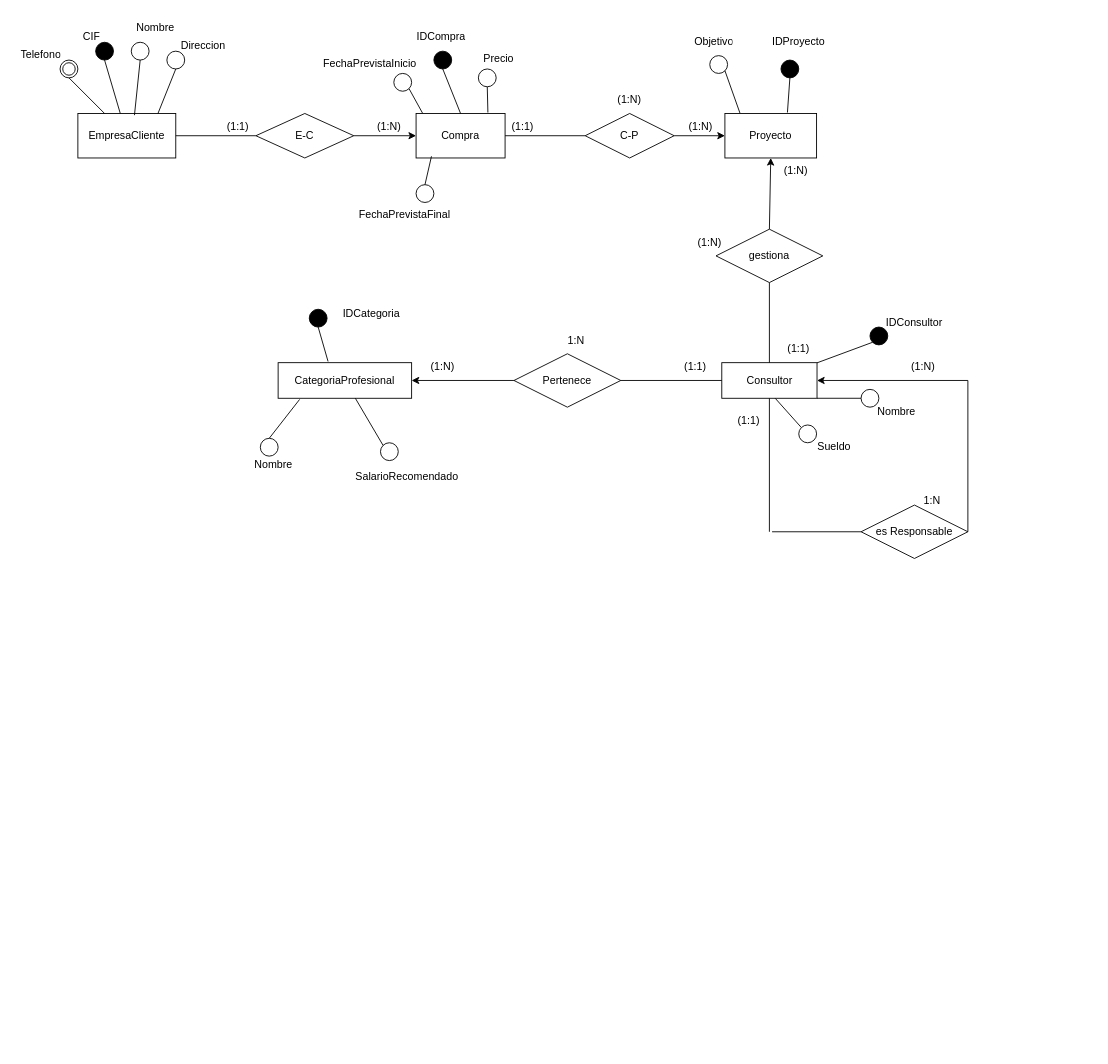
Above: EJERCICIO2.drawio in Jose-An608/BASE_DATOS_1 (draw.io), before the change. Source tidied: cells renumbered, new cells numbered last; positions are measured from the earlier drawing's top-left corner, leaving out a move shared by most shapes. Both pictures are drawn from the tidied source at 89%, with x=0, y=0 at pixel (15, 15).
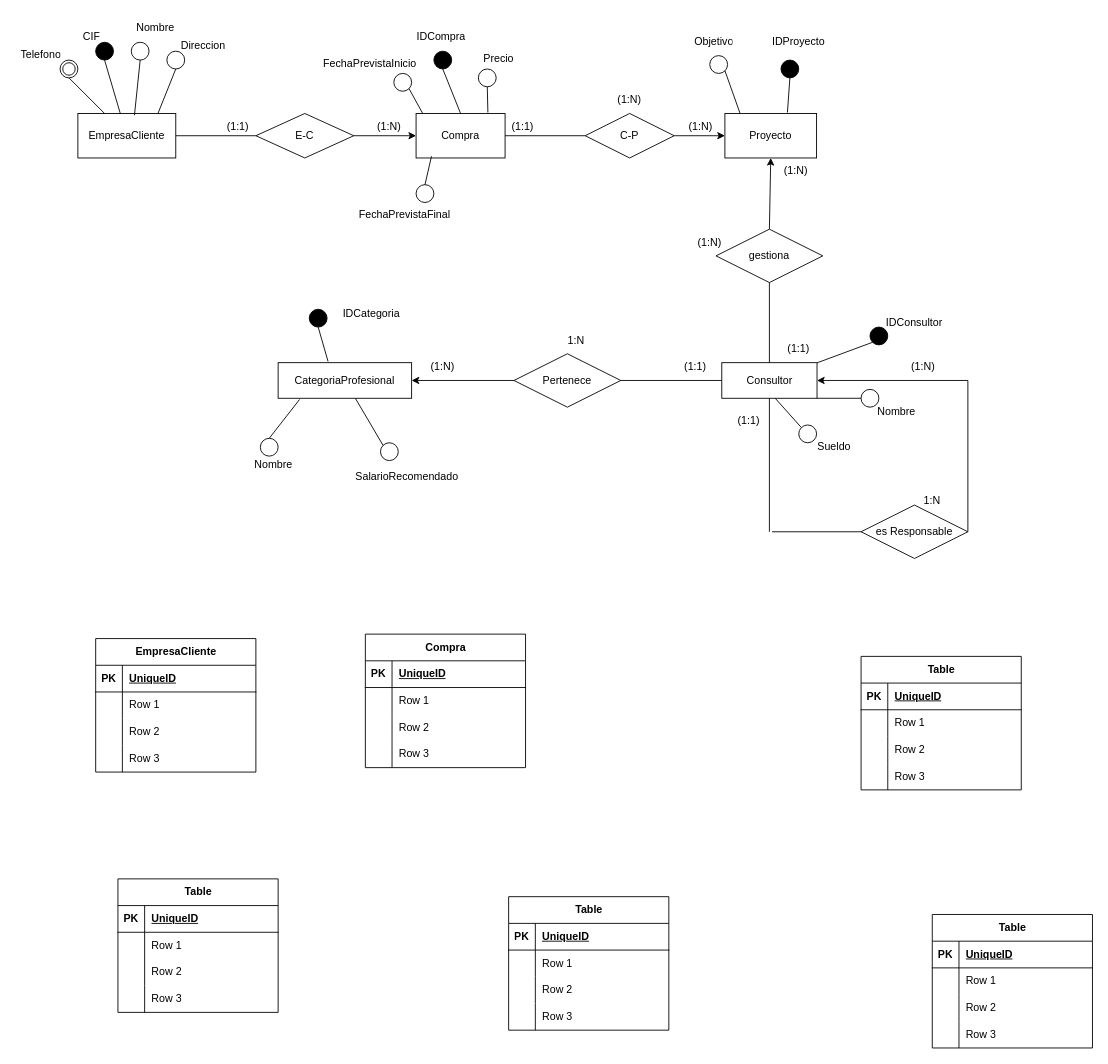
Above is the later version.

Diff of the diagram source:
```diff
@@
+    <mxCell id="86" value="EmpresaCliente" style="shape=table;startSize=30;childLayout=tableLayout;rowLines=0;fontStyle=1;align=center;html=1;" parent="1" vertex="1">
+      <mxGeometry x="90" y="700" width="180" height="150" as="geometry" />
+    </mxCell>
+    <mxCell id="87" style="shape=tableRow;horizontal=0;startSize=0;swimlaneHead=0;swimlaneBody=0;fillColor=none;top=0;left=0;right=0;bottom=1;" parent="86" vertex="1">
+      <mxGeometry y="30" width="180" height="30" as="geometry" />
+    </mxCell>
+    <mxCell id="88" value="PK" style="shape=partialRectangle;fillColor=none;top=0;left=0;bottom=0;right=0;fontStyle=1;overflow=hidden;whiteSpace=wrap;html=1;" parent="87" vertex="1">
+      <mxGeometry width="30" height="30" as="geometry" />
+    </mxCell>
+    <mxCell id="89" value="UniqueID" style="shape=partialRectangle;fillColor=none;top=0;left=0;bottom=0;right=0;align=left;spacingLeft=6;fontStyle=5;overflow=hidden;whiteSpace=wrap;html=1;" parent="87" vertex="1">
+      <mxGeometry x="30" width="150" height="30" as="geometry" />
+    </mxCell>
+    <mxCell id="90" style="shape=tableRow;horizontal=0;startSize=0;swimlaneHead=0;swimlaneBody=0;fillColor=none;top=0;left=0;right=0;bottom=0;" parent="86" vertex="1">
+      <mxGeometry y="60" width="180" height="30" as="geometry" />
+    </mxCell>
+    <mxCell id="91" style="shape=partialRectangle;fillColor=none;top=0;left=0;bottom=0;right=0;overflow=hidden;whiteSpace=wrap;html=1;" parent="90" vertex="1">
+      <mxGeometry width="30" height="30" as="geometry" />
+    </mxCell>
+    <mxCell id="92" value="Row 1" style="shape=partialRectangle;fillColor=none;top=0;left=0;bottom=0;right=0;align=left;spacingLeft=6;overflow=hidden;whiteSpace=wrap;html=1;" parent="90" vertex="1">
+      <mxGeometry x="30" width="150" height="30" as="geometry" />
+    </mxCell>
+    <mxCell id="93" style="shape=tableRow;horizontal=0;startSize=0;swimlaneHead=0;swimlaneBody=0;fillColor=none;top=0;left=0;right=0;bottom=0;" parent="86" vertex="1">
+      <mxGeometry y="90" width="180" height="30" as="geometry" />
+    </mxCell>
+    <mxCell id="94" style="shape=partialRectangle;fillColor=none;top=0;left=0;bottom=0;right=0;overflow=hidden;whiteSpace=wrap;html=1;" parent="93" vertex="1">
+      <mxGeometry width="30" height="30" as="geometry" />
+    </mxCell>
+    <mxCell id="95" value="Row 2" style="shape=partialRectangle;fillColor=none;top=0;left=0;bottom=0;right=0;align=left;spacingLeft=6;overflow=hidden;whiteSpace=wrap;html=1;" parent="93" vertex="1">
+      <mxGeometry x="30" width="150" height="30" as="geometry" />
+    </mxCell>
+    <mxCell id="96" style="shape=tableRow;horizontal=0;startSize=0;swimlaneHead=0;swimlaneBody=0;fillColor=none;top=0;left=0;right=0;bottom=0;" parent="86" vertex="1">
+      <mxGeometry y="120" width="180" height="30" as="geometry" />
+    </mxCell>
+    <mxCell id="97" style="shape=partialRectangle;fillColor=none;top=0;left=0;bottom=0;right=0;overflow=hidden;whiteSpace=wrap;html=1;" parent="96" vertex="1">
+      <mxGeometry width="30" height="30" as="geometry" />
+    </mxCell>
+    <mxCell id="98" value="Row 3" style="shape=partialRectangle;fillColor=none;top=0;left=0;bottom=0;right=0;align=left;spacingLeft=6;overflow=hidden;whiteSpace=wrap;html=1;" parent="96" vertex="1">
+      <mxGeometry x="30" width="150" height="30" as="geometry" />
+    </mxCell>
+    <mxCell id="99" value="Compra" style="shape=table;startSize=30;childLayout=tableLayout;rowLines=0;fontStyle=1;align=center;html=1;" parent="1" vertex="1">
+      <mxGeometry x="393" y="695" width="180" height="150" as="geometry" />
+    </mxCell>
+    <mxCell id="100" style="shape=tableRow;horizontal=0;startSize=0;swimlaneHead=0;swimlaneBody=0;fillColor=none;top=0;left=0;right=0;bottom=1;" parent="99" vertex="1">
+      <mxGeometry y="30" width="180" height="30" as="geometry" />
+    </mxCell>
+    <mxCell id="101" value="PK" style="shape=partialRectangle;fillColor=none;top=0;left=0;bottom=0;right=0;fontStyle=1;overflow=hidden;whiteSpace=wrap;html=1;" parent="100" vertex="1">
+      <mxGeometry width="30" height="30" as="geometry" />
+    </mxCell>
+    <mxCell id="102" value="UniqueID" style="shape=partialRectangle;fillColor=none;top=0;left=0;bottom=0;right=0;align=left;spacingLeft=6;fontStyle=5;overflow=hidden;whiteSpace=wrap;html=1;" parent="100" vertex="1">
+      <mxGeometry x="30" width="150" height="30" as="geometry" />
+    </mxCell>
+    <mxCell id="103" style="shape=tableRow;horizontal=0;startSize=0;swimlaneHead=0;swimlaneBody=0;fillColor=none;top=0;left=0;right=0;bottom=0;" parent="99" vertex="1">
+      <mxGeometry y="60" width="180" height="30" as="geometry" />
+    </mxCell>
+    <mxCell id="104" style="shape=partialRectangle;fillColor=none;top=0;left=0;bottom=0;right=0;overflow=hidden;whiteSpace=wrap;html=1;" parent="103" vertex="1">
+      <mxGeometry width="30" height="30" as="geometry" />
+    </mxCell>
+    <mxCell id="105" value="Row 1" style="shape=partialRectangle;fillColor=none;top=0;left=0;bottom=0;right=0;align=left;spacingLeft=6;overflow=hidden;whiteSpace=wrap;html=1;" parent="103" vertex="1">
+      <mxGeometry x="30" width="150" height="30" as="geometry" />
+    </mxCell>
+    <mxCell id="106" style="shape=tableRow;horizontal=0;startSize=0;swimlaneHead=0;swimlaneBody=0;fillColor=none;top=0;left=0;right=0;bottom=0;" parent="99" vertex="1">
+      <mxGeometry y="90" width="180" height="30" as="geometry" />
+    </mxCell>
+    <mxCell id="107" style="shape=partialRectangle;fillColor=none;top=0;left=0;bottom=0;right=0;overflow=hidden;whiteSpace=wrap;html=1;" parent="106" vertex="1">
+      <mxGeometry width="30" height="30" as="geometry" />
+    </mxCell>
+    <mxCell id="108" value="Row 2" style="shape=partialRectangle;fillColor=none;top=0;left=0;bottom=0;right=0;align=left;spacingLeft=6;overflow=hidden;whiteSpace=wrap;html=1;" parent="106" vertex="1">
+      <mxGeometry x="30" width="150" height="30" as="geometry" />
+    </mxCell>
+    <mxCell id="109" style="shape=tableRow;horizontal=0;startSize=0;swimlaneHead=0;swimlaneBody=0;fillColor=none;top=0;left=0;right=0;bottom=0;" parent="99" vertex="1">
+      <mxGeometry y="120" width="180" height="30" as="geometry" />
+    </mxCell>
+    <mxCell id="110" style="shape=partialRectangle;fillColor=none;top=0;left=0;bottom=0;right=0;overflow=hidden;whiteSpace=wrap;html=1;" parent="109" vertex="1">
+      <mxGeometry width="30" height="30" as="geometry" />
+    </mxCell>
+    <mxCell id="111" value="Row 3" style="shape=partialRectangle;fillColor=none;top=0;left=0;bottom=0;right=0;align=left;spacingLeft=6;overflow=hidden;whiteSpace=wrap;html=1;" parent="109" vertex="1">
+      <mxGeometry x="30" width="150" height="30" as="geometry" />
+    </mxCell>
+    <mxCell id="112" value="Table" style="shape=table;startSize=30;childLayout=tableLayout;rowLines=0;fontStyle=1;align=center;html=1;" parent="1" vertex="1">
+      <mxGeometry x="950" y="720" width="180" height="150" as="geometry" />
+    </mxCell>
+    <mxCell id="113" style="shape=tableRow;horizontal=0;startSize=0;swimlaneHead=0;swimlaneBody=0;fillColor=none;top=0;left=0;right=0;bottom=1;" parent="112" vertex="1">
+      <mxGeometry y="30" width="180" height="30" as="geometry" />
+    </mxCell>
+    <mxCell id="114" value="PK" style="shape=partialRectangle;fillColor=none;top=0;left=0;bottom=0;right=0;fontStyle=1;overflow=hidden;whiteSpace=wrap;html=1;" parent="113" vertex="1">
+      <mxGeometry width="30" height="30" as="geometry" />
+    </mxCell>
+    <mxCell id="115" value="UniqueID" style="shape=partialRectangle;fillColor=none;top=0;left=0;bottom=0;right=0;align=left;spacingLeft=6;fontStyle=5;overflow=hidden;whiteSpace=wrap;html=1;" parent="113" vertex="1">
+      <mxGeometry x="30" width="150" height="30" as="geometry" />
+    </mxCell>
+    <mxCell id="116" style="shape=tableRow;horizontal=0;startSize=0;swimlaneHead=0;swimlaneBody=0;fillColor=none;top=0;left=0;right=0;bottom=0;" parent="112" vertex="1">
+      <mxGeometry y="60" width="180" height="30" as="geometry" />
+    </mxCell>
+    <mxCell id="117" style="shape=partialRectangle;fillColor=none;top=0;left=0;bottom=0;right=0;overflow=hidden;whiteSpace=wrap;html=1;" parent="116" vertex="1">
+      <mxGeometry width="30" height="30" as="geometry" />
+    </mxCell>
+    <mxCell id="118" value="Row 1" style="shape=partialRectangle;fillColor=none;top=0;left=0;bottom=0;right=0;align=left;spacingLeft=6;overflow=hidden;whiteSpace=wrap;html=1;" parent="116" vertex="1">
+      <mxGeometry x="30" width="150" height="30" as="geometry" />
+    </mxCell>
+    <mxCell id="119" style="shape=tableRow;horizontal=0;startSize=0;swimlaneHead=0;swimlaneBody=0;fillColor=none;top=0;left=0;right=0;bottom=0;" parent="112" vertex="1">
+      <mxGeometry y="90" width="180" height="30" as="geometry" />
+    </mxCell>
+    <mxCell id="120" style="shape=partialRectangle;fillColor=none;top=0;left=0;bottom=0;right=0;overflow=hidden;whiteSpace=wrap;html=1;" parent="119" vertex="1">
+      <mxGeometry width="30" height="30" as="geometry" />
+    </mxCell>
+    <mxCell id="121" value="Row 2" style="shape=partialRectangle;fillColor=none;top=0;left=0;bottom=0;right=0;align=left;spacingLeft=6;overflow=hidden;whiteSpace=wrap;html=1;" parent="119" vertex="1">
+      <mxGeometry x="30" width="150" height="30" as="geometry" />
+    </mxCell>
+    <mxCell id="122" style="shape=tableRow;horizontal=0;startSize=0;swimlaneHead=0;swimlaneBody=0;fillColor=none;top=0;left=0;right=0;bottom=0;" parent="112" vertex="1">
+      <mxGeometry y="120" width="180" height="30" as="geometry" />
+    </mxCell>
+    <mxCell id="123" style="shape=partialRectangle;fillColor=none;top=0;left=0;bottom=0;right=0;overflow=hidden;whiteSpace=wrap;html=1;" parent="122" vertex="1">
+      <mxGeometry width="30" height="30" as="geometry" />
+    </mxCell>
+    <mxCell id="124" value="Row 3" style="shape=partialRectangle;fillColor=none;top=0;left=0;bottom=0;right=0;align=left;spacingLeft=6;overflow=hidden;whiteSpace=wrap;html=1;" parent="122" vertex="1">
+      <mxGeometry x="30" width="150" height="30" as="geometry" />
+    </mxCell>
+    <mxCell id="125" value="Table" style="shape=table;startSize=30;childLayout=tableLayout;rowLines=0;fontStyle=1;align=center;html=1;" parent="1" vertex="1">
+      <mxGeometry x="115" y="970" width="180" height="150" as="geometry" />
+    </mxCell>
+    <mxCell id="126" style="shape=tableRow;horizontal=0;startSize=0;swimlaneHead=0;swimlaneBody=0;fillColor=none;top=0;left=0;right=0;bottom=1;" parent="125" vertex="1">
+      <mxGeometry y="30" width="180" height="30" as="geometry" />
+    </mxCell>
+    <mxCell id="127" value="PK" style="shape=partialRectangle;fillColor=none;top=0;left=0;bottom=0;right=0;fontStyle=1;overflow=hidden;whiteSpace=wrap;html=1;" parent="126" vertex="1">
+      <mxGeometry width="30" height="30" as="geometry" />
+    </mxCell>
+    <mxCell id="128" value="UniqueID" style="shape=partialRectangle;fillColor=none;top=0;left=0;bottom=0;right=0;align=left;spacingLeft=6;fontStyle=5;overflow=hidden;whiteSpace=wrap;html=1;" parent="126" vertex="1">
+      <mxGeometry x="30" width="150" height="30" as="geometry" />
+    </mxCell>
+    <mxCell id="129" style="shape=tableRow;horizontal=0;startSize=0;swimlaneHead=0;swimlaneBody=0;fillColor=none;top=0;left=0;right=0;bottom=0;" parent="125" vertex="1">
+      <mxGeometry y="60" width="180" height="30" as="geometry" />
+    </mxCell>
+    <mxCell id="130" style="shape=partialRectangle;fillColor=none;top=0;left=0;bottom=0;right=0;overflow=hidden;whiteSpace=wrap;html=1;" parent="129" vertex="1">
+      <mxGeometry width="30" height="30" as="geometry" />
+    </mxCell>
+    <mxCell id="131" value="Row 1" style="shape=partialRectangle;fillColor=none;top=0;left=0;bottom=0;right=0;align=left;spacingLeft=6;overflow=hidden;whiteSpace=wrap;html=1;" parent="129" vertex="1">
+      <mxGeometry x="30" width="150" height="30" as="geometry" />
+    </mxCell>
+    <mxCell id="132" style="shape=tableRow;horizontal=0;startSize=0;swimlaneHead=0;swimlaneBody=0;fillColor=none;top=0;left=0;right=0;bottom=0;" parent="125" vertex="1">
+      <mxGeometry y="90" width="180" height="30" as="geometry" />
+    </mxCell>
+    <mxCell id="133" style="shape=partialRectangle;fillColor=none;top=0;left=0;bottom=0;right=0;overflow=hidden;whiteSpace=wrap;html=1;" parent="132" vertex="1">
+      <mxGeometry width="30" height="30" as="geometry" />
+    </mxCell>
+    <mxCell id="134" value="Row 2" style="shape=partialRectangle;fillColor=none;top=0;left=0;bottom=0;right=0;align=left;spacingLeft=6;overflow=hidden;whiteSpace=wrap;html=1;" parent="132" vertex="1">
+      <mxGeometry x="30" width="150" height="30" as="geometry" />
+    </mxCell>
+    <mxCell id="135" style="shape=tableRow;horizontal=0;startSize=0;swimlaneHead=0;swimlaneBody=0;fillColor=none;top=0;left=0;right=0;bottom=0;" parent="125" vertex="1">
+      <mxGeometry y="120" width="180" height="30" as="geometry" />
+    </mxCell>
+    <mxCell id="136" style="shape=partialRectangle;fillColor=none;top=0;left=0;bottom=0;right=0;overflow=hidden;whiteSpace=wrap;html=1;" parent="135" vertex="1">
+      <mxGeometry width="30" height="30" as="geometry" />
+    </mxCell>
+    <mxCell id="137" value="Row 3" style="shape=partialRectangle;fillColor=none;top=0;left=0;bottom=0;right=0;align=left;spacingLeft=6;overflow=hidden;whiteSpace=wrap;html=1;" parent="135" vertex="1">
+      <mxGeometry x="30" width="150" height="30" as="geometry" />
+    </mxCell>
+    <mxCell id="138" value="Table" style="shape=table;startSize=30;childLayout=tableLayout;rowLines=0;fontStyle=1;align=center;html=1;" parent="1" vertex="1">
+      <mxGeometry x="554" y="990" width="180" height="150" as="geometry" />
+    </mxCell>
+    <mxCell id="139" style="shape=tableRow;horizontal=0;startSize=0;swimlaneHead=0;swimlaneBody=0;fillColor=none;top=0;left=0;right=0;bottom=1;" parent="138" vertex="1">
+      <mxGeometry y="30" width="180" height="30" as="geometry" />
+    </mxCell>
+    <mxCell id="140" value="PK" style="shape=partialRectangle;fillColor=none;top=0;left=0;bottom=0;right=0;fontStyle=1;overflow=hidden;whiteSpace=wrap;html=1;" parent="139" vertex="1">
+      <mxGeometry width="30" height="30" as="geometry" />
+    </mxCell>
+    <mxCell id="141" value="UniqueID" style="shape=partialRectangle;fillColor=none;top=0;left=0;bottom=0;right=0;align=left;spacingLeft=6;fontStyle=5;overflow=hidden;whiteSpace=wrap;html=1;" parent="139" vertex="1">
+      <mxGeometry x="30" width="150" height="30" as="geometry" />
+    </mxCell>
+    <mxCell id="142" style="shape=tableRow;horizontal=0;startSize=0;swimlaneHead=0;swimlaneBody=0;fillColor=none;top=0;left=0;right=0;bottom=0;" parent="138" vertex="1">
+      <mxGeometry y="60" width="180" height="30" as="geometry" />
+    </mxCell>
+    <mxCell id="143" style="shape=partialRectangle;fillColor=none;top=0;left=0;bottom=0;right=0;overflow=hidden;whiteSpace=wrap;html=1;" parent="142" vertex="1">
+      <mxGeometry width="30" height="30" as="geometry" />
+    </mxCell>
+    <mxCell id="144" value="Row 1" style="shape=partialRectangle;fillColor=none;top=0;left=0;bottom=0;right=0;align=left;spacingLeft=6;overflow=hidden;whiteSpace=wrap;html=1;" parent="142" vertex="1">
+      <mxGeometry x="30" width="150" height="30" as="geometry" />
+    </mxCell>
+    <mxCell id="145" style="shape=tableRow;horizontal=0;startSize=0;swimlaneHead=0;swimlaneBody=0;fillColor=none;top=0;left=0;right=0;bottom=0;" parent="138" vertex="1">
+      <mxGeometry y="90" width="180" height="30" as="geometry" />
+    </mxCell>
+    <mxCell id="146" style="shape=partialRectangle;fillColor=none;top=0;left=0;bottom=0;right=0;overflow=hidden;whiteSpace=wrap;html=1;" parent="145" vertex="1">
+      <mxGeometry width="30" height="30" as="geometry" />
+    </mxCell>
+    <mxCell id="147" value="Row 2" style="shape=partialRectangle;fillColor=none;top=0;left=0;bottom=0;right=0;align=left;spacingLeft=6;overflow=hidden;whiteSpace=wrap;html=1;" parent="145" vertex="1">
+      <mxGeometry x="30" width="150" height="30" as="geometry" />
+    </mxCell>
+    <mxCell id="148" style="shape=tableRow;horizontal=0;startSize=0;swimlaneHead=0;swimlaneBody=0;fillColor=none;top=0;left=0;right=0;bottom=0;" parent="138" vertex="1">
+      <mxGeometry y="120" width="180" height="30" as="geometry" />
+    </mxCell>
+    <mxCell id="149" style="shape=partialRectangle;fillColor=none;top=0;left=0;bottom=0;right=0;overflow=hidden;whiteSpace=wrap;html=1;" parent="148" vertex="1">
+      <mxGeometry width="30" height="30" as="geometry" />
+    </mxCell>
+    <mxCell id="150" value="Row 3" style="shape=partialRectangle;fillColor=none;top=0;left=0;bottom=0;right=0;align=left;spacingLeft=6;overflow=hidden;whiteSpace=wrap;html=1;" parent="148" vertex="1">
+      <mxGeometry x="30" width="150" height="30" as="geometry" />
+    </mxCell>
+    <mxCell id="151" value="Table" style="shape=table;startSize=30;childLayout=tableLayout;rowLines=0;fontStyle=1;align=center;html=1;" parent="1" vertex="1">
+      <mxGeometry x="1030" y="1010" width="180" height="150" as="geometry" />
+    </mxCell>
+    <mxCell id="152" style="shape=tableRow;horizontal=0;startSize=0;swimlaneHead=0;swimlaneBody=0;fillColor=none;top=0;left=0;right=0;bottom=1;" parent="151" vertex="1">
+      <mxGeometry y="30" width="180" height="30" as="geometry" />
+    </mxCell>
+    <mxCell id="153" value="PK" style="shape=partialRectangle;fillColor=none;top=0;left=0;bottom=0;right=0;fontStyle=1;overflow=hidden;whiteSpace=wrap;html=1;" parent="152" vertex="1">
+      <mxGeometry width="30" height="30" as="geometry" />
+    </mxCell>
+    <mxCell id="154" value="UniqueID" style="shape=partialRectangle;fillColor=none;top=0;left=0;bottom=0;right=0;align=left;spacingLeft=6;fontStyle=5;overflow=hidden;whiteSpace=wrap;html=1;" parent="152" vertex="1">
+      <mxGeometry x="30" width="150" height="30" as="geometry" />
+    </mxCell>
+    <mxCell id="155" style="shape=tableRow;horizontal=0;startSize=0;swimlaneHead=0;swimlaneBody=0;fillColor=none;top=0;left=0;right=0;bottom=0;" parent="151" vertex="1">
+      <mxGeometry y="60" width="180" height="30" as="geometry" />
+    </mxCell>
+    <mxCell id="156" style="shape=partialRectangle;fillColor=none;top=0;left=0;bottom=0;right=0;overflow=hidden;whiteSpace=wrap;html=1;" parent="155" vertex="1">
+      <mxGeometry width="30" height="30" as="geometry" />
+    </mxCell>
+    <mxCell id="157" value="Row 1" style="shape=partialRectangle;fillColor=none;top=0;left=0;bottom=0;right=0;align=left;spacingLeft=6;overflow=hidden;whiteSpace=wrap;html=1;" parent="155" vertex="1">
+      <mxGeometry x="30" width="150" height="30" as="geometry" />
+    </mxCell>
+    <mxCell id="158" style="shape=tableRow;horizontal=0;startSize=0;swimlaneHead=0;swimlaneBody=0;fillColor=none;top=0;left=0;right=0;bottom=0;" parent="151" vertex="1">
+      <mxGeometry y="90" width="180" height="30" as="geometry" />
+    </mxCell>
+    <mxCell id="159" style="shape=partialRectangle;fillColor=none;top=0;left=0;bottom=0;right=0;overflow=hidden;whiteSpace=wrap;html=1;" parent="158" vertex="1">
+      <mxGeometry width="30" height="30" as="geometry" />
+    </mxCell>
+    <mxCell id="160" value="Row 2" style="shape=partialRectangle;fillColor=none;top=0;left=0;bottom=0;right=0;align=left;spacingLeft=6;overflow=hidden;whiteSpace=wrap;html=1;" parent="158" vertex="1">
+      <mxGeometry x="30" width="150" height="30" as="geometry" />
+    </mxCell>
+    <mxCell id="161" style="shape=tableRow;horizontal=0;startSize=0;swimlaneHead=0;swimlaneBody=0;fillColor=none;top=0;left=0;right=0;bottom=0;" parent="151" vertex="1">
+      <mxGeometry y="120" width="180" height="30" as="geometry" />
+    </mxCell>
+    <mxCell id="162" style="shape=partialRectangle;fillColor=none;top=0;left=0;bottom=0;right=0;overflow=hidden;whiteSpace=wrap;html=1;" parent="161" vertex="1">
+      <mxGeometry width="30" height="30" as="geometry" />
+    </mxCell>
+    <mxCell id="163" value="Row 3" style="shape=partialRectangle;fillColor=none;top=0;left=0;bottom=0;right=0;align=left;spacingLeft=6;overflow=hidden;whiteSpace=wrap;html=1;" parent="161" vertex="1">
+      <mxGeometry x="30" width="150" height="30" as="geometry" />
+    </mxCell>
```
